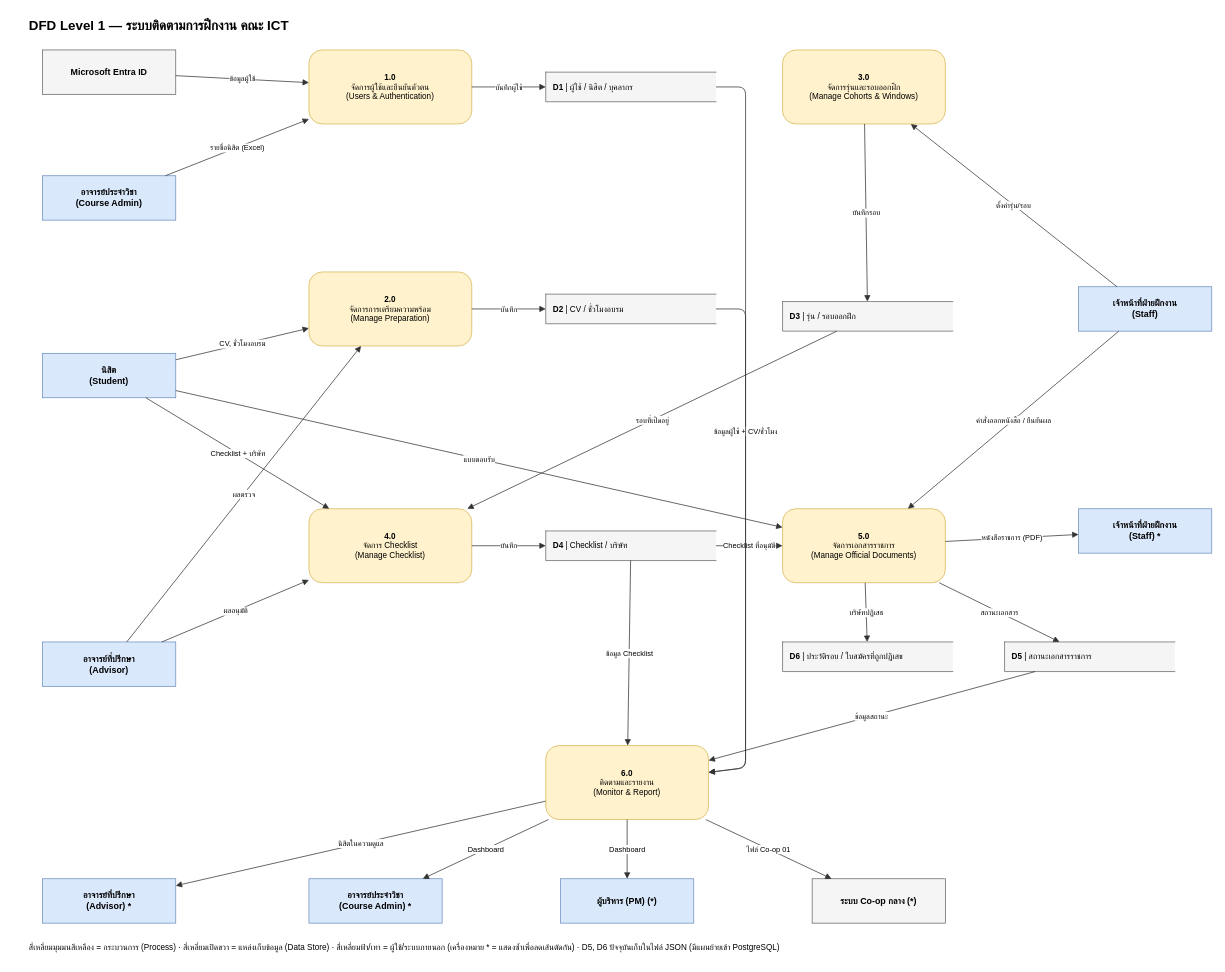
Above: docs/requirements/diagrams/dfd_level1.drawio in Whyer2005/ICT_Internship_tracking_system (draw.io), before the change. Source tidied: cells renumbered, new cells numbered last; positions are measured from the earlier drawing's top-left corner, leaving out a move shared by most shapes. Both pictures are drawn from the tidied source at 74%, with x=0, y=0 at pixel (27, 13).
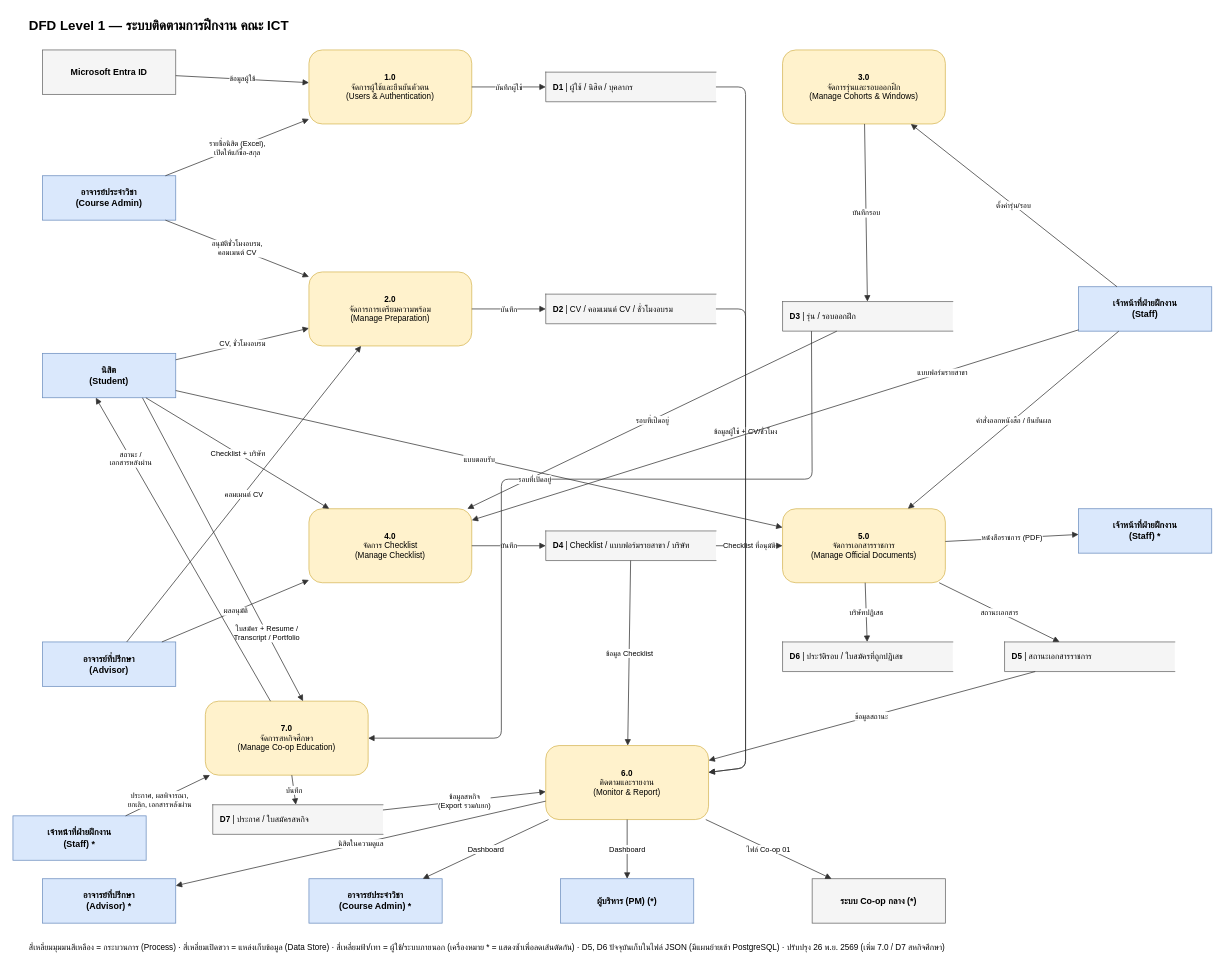
The same diagram, later.

The change refers to these unchanged cells:
```xml
<mxCell id="2" value="&lt;b&gt;1.0&lt;/b&gt;&lt;br&gt;จัดการผู้ใช้และยืนยันตัวตน&lt;br&gt;(Users &amp;amp; Authentication)" style="rounded=1;whiteSpace=wrap;html=1;fillColor=#fff2cc;strokeColor=#d6b656;fontSize=11;arcSize=18;" parent="1" vertex="1">
  <mxGeometry x="380" y="50" width="220" height="100" as="geometry" />
</mxCell>
<mxCell id="3" value="&lt;b&gt;2.0&lt;/b&gt;&lt;br&gt;จัดการการเตรียมความพร้อม&lt;br&gt;(Manage Preparation)" style="rounded=1;whiteSpace=wrap;html=1;fillColor=#fff2cc;strokeColor=#d6b656;fontSize=11;arcSize=18;" parent="1" vertex="1">
  <mxGeometry x="380" y="350" width="220" height="100" as="geometry" />
</mxCell>
<mxCell id="4" value="&lt;b&gt;4.0&lt;/b&gt;&lt;br&gt;จัดการ Checklist&lt;br&gt;(Manage Checklist)" style="rounded=1;whiteSpace=wrap;html=1;fillColor=#fff2cc;strokeColor=#d6b656;fontSize=11;arcSize=18;" parent="1" vertex="1">
  <mxGeometry x="380" y="670" width="220" height="100" as="geometry" />
</mxCell>
<mxCell id="7" value="&lt;b&gt;6.0&lt;/b&gt;&lt;br&gt;ติดตามและรายงาน&lt;br&gt;(Monitor &amp;amp; Report)" style="rounded=1;whiteSpace=wrap;html=1;fillColor=#fff2cc;strokeColor=#d6b656;fontSize=11;arcSize=18;" parent="1" vertex="1">
  <mxGeometry x="700" y="990" width="220" height="100" as="geometry" />
</mxCell>
<mxCell id="10" value="&lt;b&gt;D3&lt;/b&gt; | รุ่น / รอบออกฝึก" style="shape=partialRectangle;whiteSpace=wrap;html=1;left=1;right=0;top=1;bottom=1;fillColor=#f5f5f5;strokeColor=#666666;fontSize=11;align=left;spacingLeft=8;" parent="1" vertex="1">
  <mxGeometry x="1020" y="390" width="230" height="40" as="geometry" />
</mxCell>
<mxCell id="15" value="นิสิต&lt;br&gt;(Student)" style="rounded=0;whiteSpace=wrap;html=1;fillColor=#dae8fc;strokeColor=#6c8ebf;fontStyle=1;fontSize=12;" parent="1" vertex="1">
  <mxGeometry x="20" y="460" width="180" height="60" as="geometry" />
</mxCell>
<mxCell id="16" value="อาจารย์ที่ปรึกษา&lt;br&gt;(Advisor)" style="rounded=0;whiteSpace=wrap;html=1;fillColor=#dae8fc;strokeColor=#6c8ebf;fontStyle=1;fontSize=12;" parent="1" vertex="1">
  <mxGeometry x="20" y="850" width="180" height="60" as="geometry" />
</mxCell>
<mxCell id="17" value="อาจารย์ประจำวิชา&lt;br&gt;(Course Admin)" style="rounded=0;whiteSpace=wrap;html=1;fillColor=#dae8fc;strokeColor=#6c8ebf;fontStyle=1;fontSize=12;" parent="1" vertex="1">
  <mxGeometry x="20" y="220" width="180" height="60" as="geometry" />
</mxCell>
<mxCell id="21" value="เจ้าหน้าที่ฝ่ายฝึกงาน&lt;br&gt;(Staff)" style="rounded=0;whiteSpace=wrap;html=1;fillColor=#dae8fc;strokeColor=#6c8ebf;fontStyle=1;fontSize=12;" parent="1" vertex="1">
  <mxGeometry x="1420" y="370" width="180" height="60" as="geometry" />
</mxCell>
```

Change to the diagram source:
```diff
@@
-    <mxCell id="9" value="&lt;b&gt;D2&lt;/b&gt; | CV / ชั่วโมงอบรม" style="shape=partialRectangle;whiteSpace=wrap;html=1;left=1;right=0;top=1;bottom=1;fillColor=#f5f5f5;strokeColor=#666666;fontSize=11;align=left;spacingLeft=8;" parent="1" vertex="1">
+    <mxCell id="9" value="&lt;b&gt;D2&lt;/b&gt; | CV / คอมเมนต์ CV / ชั่วโมงอบรม" style="shape=partialRectangle;whiteSpace=wrap;html=1;left=1;right=0;top=1;bottom=1;fillColor=#f5f5f5;strokeColor=#666666;fontSize=11;align=left;spacingLeft=8;" parent="1" vertex="1">
       <mxGeometry x="700" y="380" width="230" height="40" as="geometry" />
     </mxCell>
@@
-    <mxCell id="11" value="&lt;b&gt;D4&lt;/b&gt; | Checklist / บริษัท" style="shape=partialRectangle;whiteSpace=wrap;html=1;left=1;right=0;top=1;bottom=1;fillColor=#f5f5f5;strokeColor=#666666;fontSize=11;align=left;spacingLeft=8;" parent="1" vertex="1">
+    <mxCell id="11" value="&lt;b&gt;D4&lt;/b&gt; | Checklist / แบบฟอร์มรายสาขา / บริษัท" style="shape=partialRectangle;whiteSpace=wrap;html=1;left=1;right=0;top=1;bottom=1;fillColor=#f5f5f5;strokeColor=#666666;fontSize=11;align=left;spacingLeft=8;" parent="1" vertex="1">
       <mxGeometry x="700" y="700" width="230" height="40" as="geometry" />
     </mxCell>
@@
-    <mxCell id="26" value="รายชื่อนิสิต (Excel)" style="endArrow=block;endFill=1;html=1;fontSize=10;labelBackgroundColor=#ffffff;strokeColor=#333333;" parent="1" edge="1" source="17" target="2">
+    <mxCell id="26" value="รายชื่อนิสิต (Excel),&lt;br&gt;เปิดให้แก้ชื่อ-สกุล" style="endArrow=block;endFill=1;html=1;fontSize=10;labelBackgroundColor=#ffffff;strokeColor=#333333;" parent="1" edge="1" source="17" target="2">
       <mxGeometry relative="1" as="geometry" />
     </mxCell>
@@
-    <mxCell id="28" value="ผลตรวจ" style="endArrow=block;endFill=1;html=1;fontSize=10;labelBackgroundColor=#ffffff;strokeColor=#333333;" parent="1" edge="1" source="16" target="3">
+    <mxCell id="28" value="คอมเมนต์ CV" style="endArrow=block;endFill=1;html=1;fontSize=10;labelBackgroundColor=#ffffff;strokeColor=#333333;" parent="1" edge="1" source="16" target="3">
       <mxGeometry relative="1" as="geometry" />
     </mxCell>
@@
-    <mxCell id="51" value="สี่เหลี่ยมมุมมนสีเหลือง = กระบวนการ (Process) · สี่เหลี่ยมเปิดขวา = แหล่งเก็บข้อมูล (Data Store) · สี่เหลี่ยมฟ้า/เทา = ผู้ใช้/ระบบภายนอก (เครื่องหมาย * = แสดงซ้ำเพื่อลดเส้นตัดกัน) · D5, D6 ปัจจุบันเก็บในไฟล์ JSON (มีแผนย้ายเข้า PostgreSQL)" style="text;html=1;align=left;fontSize=11;" parent="1" vertex="1">
+    <mxCell id="51" value="สี่เหลี่ยมมุมมนสีเหลือง = กระบวนการ (Process) · สี่เหลี่ยมเปิดขวา = แหล่งเก็บข้อมูล (Data Store) · สี่เหลี่ยมฟ้า/เทา = ผู้ใช้/ระบบภายนอก (เครื่องหมาย * = แสดงซ้ำเพื่อลดเส้นตัดกัน) · D5, D6 ปัจจุบันเก็บในไฟล์ JSON (มีแผนย้ายเข้า PostgreSQL) · ปรับปรุง 26 พ.ย. 2569 (เพิ่ม 7.0 / D7 สหกิจศึกษา)" style="text;html=1;align=left;fontSize=11;" parent="1" vertex="1">
       <mxGeometry y="1250" width="1500" height="30" as="geometry" />
     </mxCell>
+    <mxCell id="52" value="อนุมัติชั่วโมงอบรม,&lt;br&gt;คอมเมนต์ CV" style="endArrow=block;endFill=1;html=1;fontSize=10;labelBackgroundColor=#ffffff;strokeColor=#333333;" parent="1" edge="1" source="17" target="3">
+      <mxGeometry relative="1" as="geometry" />
+    </mxCell>
+    <mxCell id="53" value="แบบฟอร์มรายสาขา" style="endArrow=block;endFill=1;html=1;fontSize=10;labelBackgroundColor=#ffffff;strokeColor=#333333;" parent="1" edge="1" source="21" target="4">
+      <mxGeometry x="-0.55" relative="1" as="geometry" />
+    </mxCell>
+    <mxCell id="54" value="&lt;b&gt;7.0&lt;/b&gt;&lt;br&gt;จัดการสหกิจศึกษา&lt;br&gt;(Manage Co-op Education)" style="rounded=1;whiteSpace=wrap;html=1;fillColor=#fff2cc;strokeColor=#d6b656;fontSize=11;arcSize=18;" parent="1" vertex="1">
+      <mxGeometry x="240" y="930" width="220" height="100" as="geometry" />
+    </mxCell>
+    <mxCell id="55" value="&lt;b&gt;D7&lt;/b&gt; | ประกาศ / ใบสมัครสหกิจ" style="shape=partialRectangle;whiteSpace=wrap;html=1;left=1;right=0;top=1;bottom=1;fillColor=#f5f5f5;strokeColor=#666666;fontSize=11;align=left;spacingLeft=8;" parent="1" vertex="1">
+      <mxGeometry x="250" y="1070" width="230" height="40" as="geometry" />
+    </mxCell>
+    <mxCell id="56" value="เจ้าหน้าที่ฝ่ายฝึกงาน&lt;br&gt;(Staff) *" style="rounded=0;whiteSpace=wrap;html=1;fillColor=#dae8fc;strokeColor=#6c8ebf;fontStyle=1;fontSize=12;" parent="1" vertex="1">
+      <mxGeometry x="-20" y="1085" width="180" height="60" as="geometry" />
+    </mxCell>
+    <mxCell id="57" value="ใบสมัคร + Resume /&lt;br&gt;Transcript / Portfolio" style="endArrow=block;endFill=1;html=1;fontSize=10;labelBackgroundColor=#ffffff;strokeColor=#333333;exitX=0.75;exitY=1;exitDx=0;exitDy=0;entryX=0.6;entryY=0;entryDx=0;entryDy=0;" parent="1" edge="1" source="15" target="54">
+      <mxGeometry x="0.55" relative="1" as="geometry" />
+    </mxCell>
+    <mxCell id="58" value="สถานะ /&lt;br&gt;เอกสารหลังผ่าน" style="endArrow=block;endFill=1;html=1;fontSize=10;labelBackgroundColor=#ffffff;strokeColor=#333333;exitX=0.4;exitY=0;exitDx=0;exitDy=0;entryX=0.4;entryY=1;entryDx=0;entryDy=0;" parent="1" edge="1" source="54" target="15">
+      <mxGeometry x="0.6" relative="1" as="geometry" />
+    </mxCell>
+    <mxCell id="59" value="ประกาศ, ผลพิจารณา,&lt;br&gt;ยกเลิก, เอกสารหลังผ่าน" style="endArrow=block;endFill=1;html=1;fontSize=10;labelBackgroundColor=#ffffff;strokeColor=#333333;" parent="1" edge="1" source="56" target="54">
+      <mxGeometry x="-0.2" relative="1" as="geometry" />
+    </mxCell>
+    <mxCell id="60" value="รอบที่เปิดอยู่" style="endArrow=block;endFill=1;html=1;fontSize=10;labelBackgroundColor=#ffffff;strokeColor=#333333;exitX=0.17;exitY=1;exitDx=0;exitDy=0;entryX=1;entryY=0.5;entryDx=0;entryDy=0;" parent="1" edge="1" source="10" target="54">
+      <mxGeometry relative="1" as="geometry">
+        <Array as="points">
+          <mxPoint x="1060" y="630" />
+          <mxPoint x="640" y="630" />
+          <mxPoint x="640" y="980" />
+        </Array>
+      </mxGeometry>
+    </mxCell>
+    <mxCell id="61" value="บันทึก" style="endArrow=block;endFill=1;html=1;fontSize=10;labelBackgroundColor=#ffffff;strokeColor=#333333;" parent="1" edge="1" source="54" target="55">
+      <mxGeometry relative="1" as="geometry" />
+    </mxCell>
+    <mxCell id="62" value="ข้อมูลสหกิจ&lt;br&gt;(Export รวม/แยก)" style="endArrow=block;endFill=1;html=1;fontSize=10;labelBackgroundColor=#ffffff;strokeColor=#333333;" parent="1" edge="1" source="55" target="7">
+      <mxGeometry relative="1" as="geometry" />
+    </mxCell>
```
